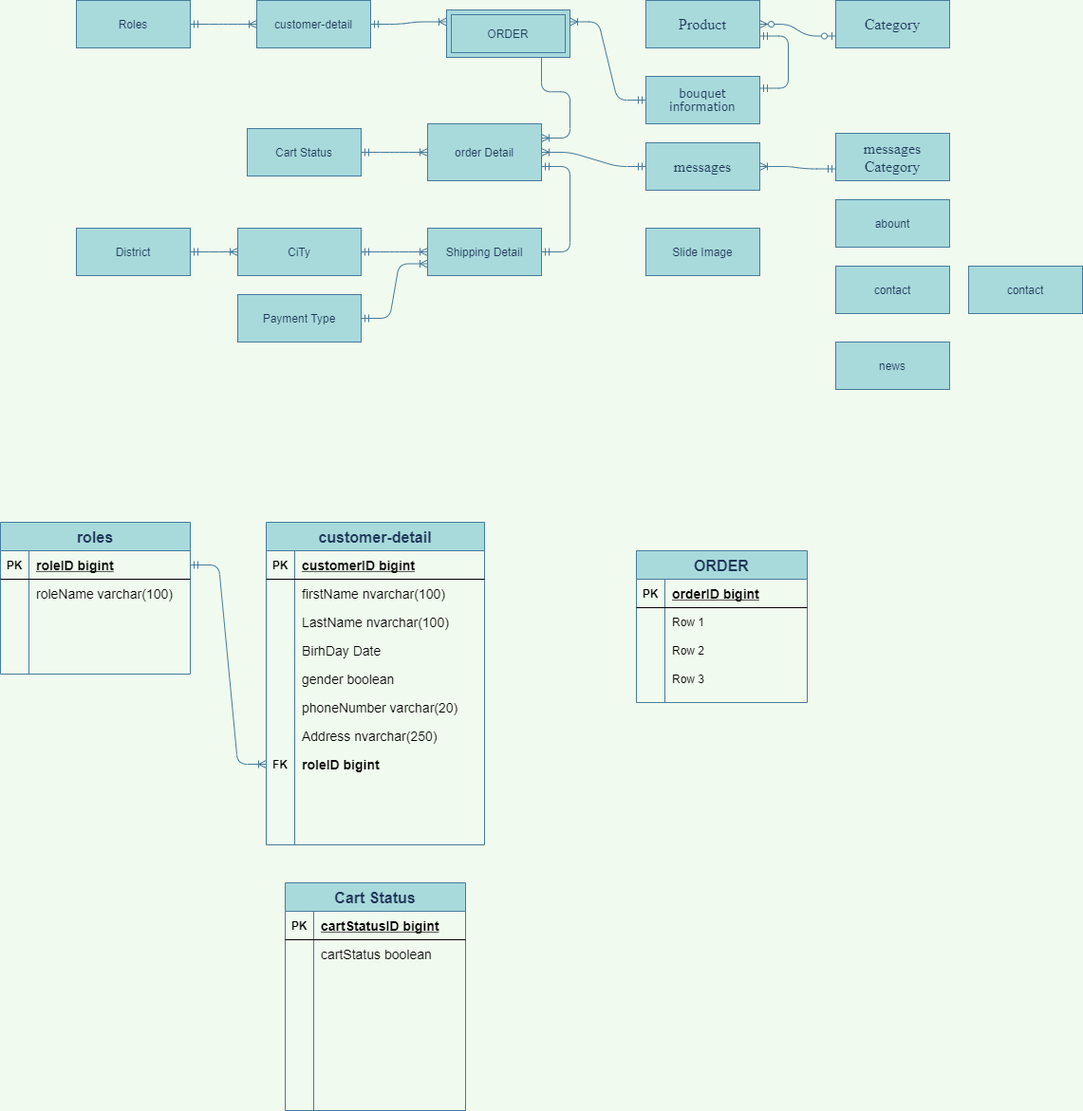
Earlier version of the draw.io export Untitled Diagram.png (maialino123/Eproject-SEM3). Source tidied: cells renumbered, new cells last; positions are measured from the earlier drawing's top-left corner, leaving out a move shared by most shapes.
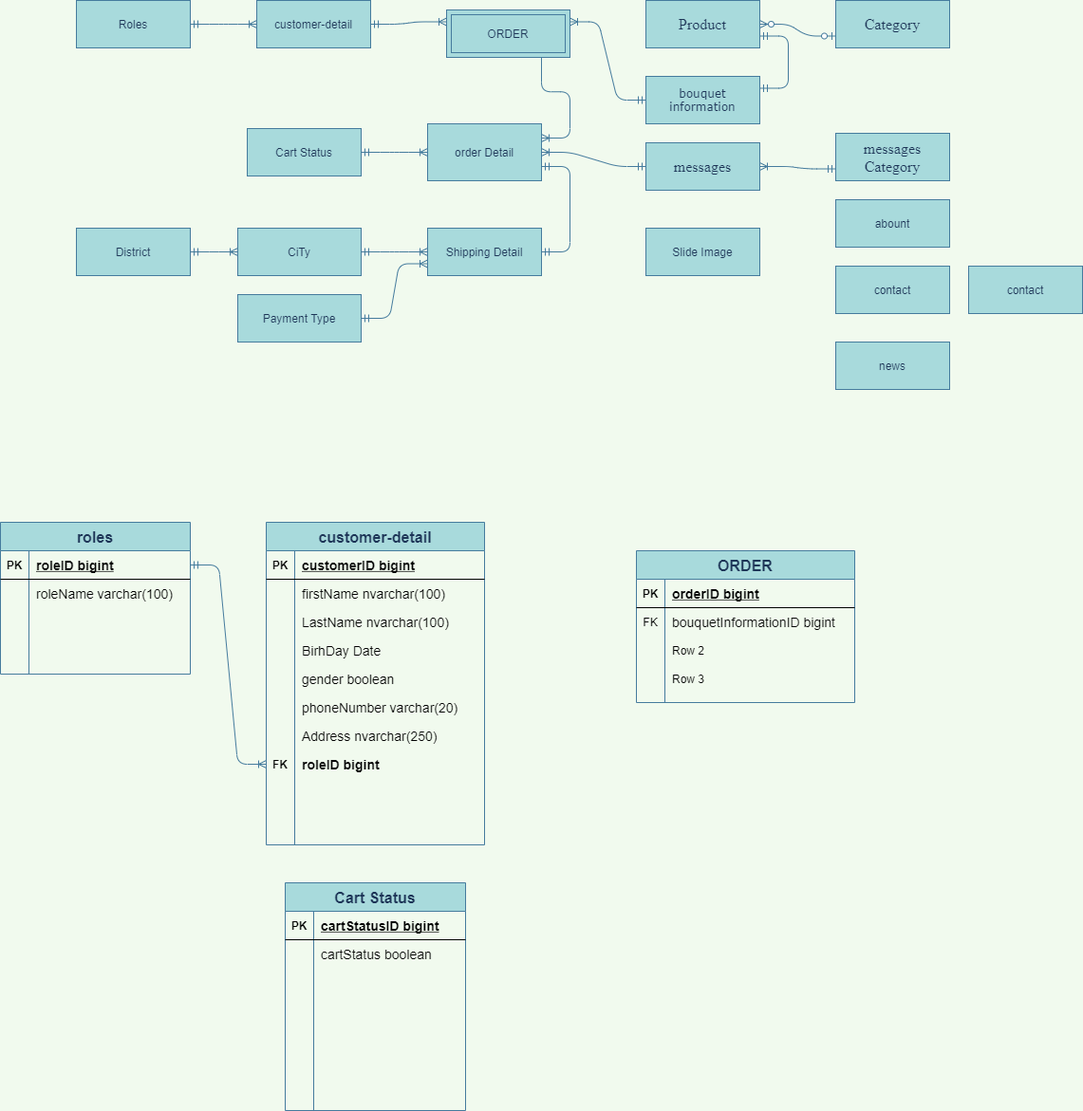
The same file after the commit.

Change to the diagram source:
```diff
@@ -282,43 +282,43 @@
       <mxGeometry relative="1" as="geometry" />
     </mxCell>
     <mxCell id="95" value="ORDER" style="shape=table;startSize=30;rowLines=0;fontStyle=1;align=center;rounded=0;sketch=0;fontSize=16;fontColor=#1D3557;strokeColor=#457B9D;fillColor=#A8DADC;" parent="1" vertex="1">
-      <mxGeometry x="670" y="580" width="180" height="160" as="geometry" />
+      <mxGeometry x="670" y="580" width="230" height="160" as="geometry" />
     </mxCell>
     <mxCell id="96" style="shape=partialRectangle;fillColor=none;top=0;left=0;bottom=1;right=0;" parent="95" vertex="1">
-      <mxGeometry y="30" width="180" height="30" as="geometry" />
+      <mxGeometry y="30" width="230" height="30" as="geometry" />
     </mxCell>
     <mxCell id="97" value="PK" style="shape=partialRectangle;fillColor=none;top=0;left=0;bottom=0;right=0;fontStyle=1;overflow=hidden;" parent="96" vertex="1">
       <mxGeometry width="30" height="30" as="geometry" />
     </mxCell>
     <mxCell id="98" value="orderID bigint" style="shape=partialRectangle;fillColor=none;top=0;left=0;bottom=0;right=0;align=left;spacingLeft=6;fontStyle=5;overflow=hidden;fontSize=14;" parent="96" vertex="1">
-      <mxGeometry x="30" width="150" height="30" as="geometry" />
+      <mxGeometry x="30" width="200" height="30" as="geometry" />
     </mxCell>
     <mxCell id="99" style="shape=partialRectangle;fillColor=none;top=0;left=0;bottom=0;right=0;" parent="95" vertex="1">
-      <mxGeometry y="60" width="180" height="30" as="geometry" />
+      <mxGeometry y="60" width="230" height="30" as="geometry" />
     </mxCell>
-    <mxCell id="100" style="shape=partialRectangle;fillColor=none;top=0;left=0;bottom=0;right=0;overflow=hidden;" parent="99" vertex="1">
+    <mxCell id="100" value="FK" style="shape=partialRectangle;fillColor=none;top=0;left=0;bottom=0;right=0;overflow=hidden;" parent="99" vertex="1">
       <mxGeometry width="30" height="30" as="geometry" />
     </mxCell>
-    <mxCell id="101" value="Row 1" style="shape=partialRectangle;fillColor=none;top=0;left=0;bottom=0;right=0;align=left;spacingLeft=6;overflow=hidden;" parent="99" vertex="1">
-      <mxGeometry x="30" width="150" height="30" as="geometry" />
+    <mxCell id="101" value="bouquetInformationID bigint " style="shape=partialRectangle;fillColor=none;top=0;left=0;bottom=0;right=0;align=left;spacingLeft=6;overflow=hidden;fontSize=14;" parent="99" vertex="1">
+      <mxGeometry x="30" width="200" height="30" as="geometry" />
     </mxCell>
     <mxCell id="102" style="shape=partialRectangle;fillColor=none;top=0;left=0;bottom=0;right=0;" parent="95" vertex="1">
-      <mxGeometry y="90" width="180" height="30" as="geometry" />
+      <mxGeometry y="90" width="230" height="30" as="geometry" />
     </mxCell>
     <mxCell id="103" style="shape=partialRectangle;fillColor=none;top=0;left=0;bottom=0;right=0;overflow=hidden;" parent="102" vertex="1">
       <mxGeometry width="30" height="30" as="geometry" />
     </mxCell>
     <mxCell id="104" value="Row 2" style="shape=partialRectangle;fillColor=none;top=0;left=0;bottom=0;right=0;align=left;spacingLeft=6;overflow=hidden;" parent="102" vertex="1">
-      <mxGeometry x="30" width="150" height="30" as="geometry" />
+      <mxGeometry x="30" width="200" height="30" as="geometry" />
     </mxCell>
     <mxCell id="105" style="shape=partialRectangle;fillColor=none;top=0;left=0;bottom=0;right=0;" parent="95" vertex="1">
-      <mxGeometry y="120" width="180" height="30" as="geometry" />
+      <mxGeometry y="120" width="230" height="30" as="geometry" />
     </mxCell>
     <mxCell id="106" style="shape=partialRectangle;fillColor=none;top=0;left=0;bottom=0;right=0;overflow=hidden;" parent="105" vertex="1">
       <mxGeometry width="30" height="30" as="geometry" />
     </mxCell>
     <mxCell id="107" value="Row 3" style="shape=partialRectangle;fillColor=none;top=0;left=0;bottom=0;right=0;align=left;spacingLeft=6;overflow=hidden;" parent="105" vertex="1">
-      <mxGeometry x="30" width="150" height="30" as="geometry" />
+      <mxGeometry x="30" width="200" height="30" as="geometry" />
     </mxCell>
   </root>
 </mxGraphModel>
```
